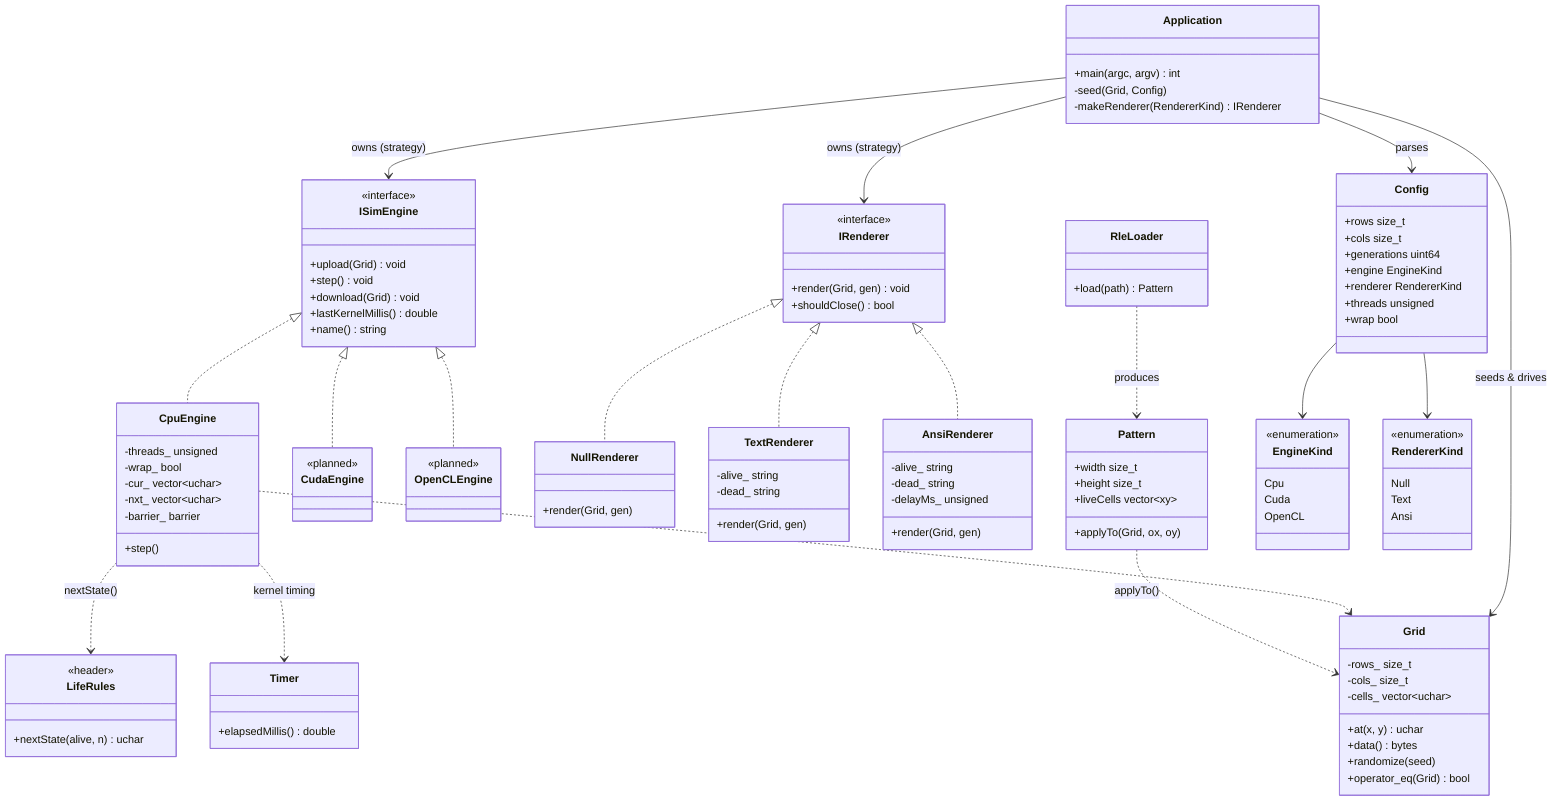
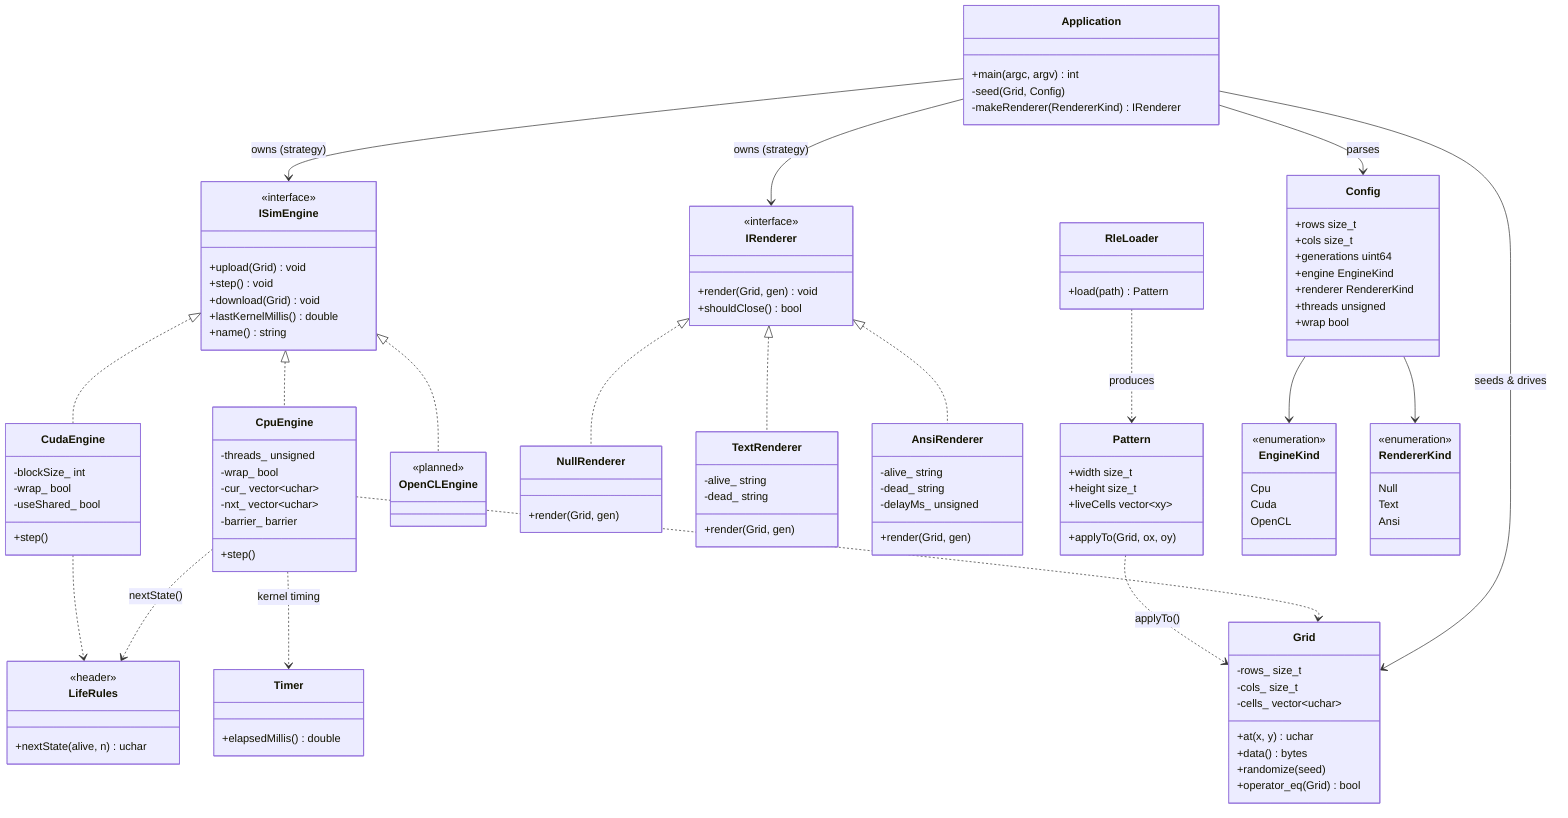
%% Game of Life (CPU / CUDA / OpenCL) -- architecture & strategy pattern.
%% Source of truth for the UML; render with mermaid-cli (mmdc).
%% NOTE: -c mermaid-config.json sets htmlLabels:false so the SVG uses native
%% <text> (not <foreignObject>); without it rsvg-convert produces a text-less PDF.
%%   mmdc -i report/diagrams/architecture.mmd -o report/img/uml_architecture.svg \
%%        -p report/diagrams/puppeteer.json -c report/diagrams/mermaid-config.json -b white -t neutral
%%   rsvg-convert -f pdf -o report/img/uml_architecture.pdf report/img/uml_architecture.svg
%%   mmdc -i report/diagrams/architecture.mmd -o report/img/uml_architecture.png \
%%        -p report/diagrams/puppeteer.json -c report/diagrams/mermaid-config.json -b white -t neutral -s 3
classDiagram
  direction TB

  class Application {
    +main(argc, argv) int
    -seed(Grid, Config)
    -makeRenderer(RendererKind) IRenderer
  }

  class ISimEngine {
    <<interface>>
    +upload(Grid) void
    +step() void
    +download(Grid) void
    +lastKernelMillis() double
    +name() string
  }
  class IRenderer {
    <<interface>>
    +render(Grid, gen) void
    +shouldClose() bool
  }

  class CpuEngine {
    -threads_ unsigned
    -wrap_ bool
    -cur_ vector~uchar~
    -nxt_ vector~uchar~
    -barrier_ barrier
    +step()
  }
  class CudaEngine {
-     <<planned>>
+     -blockSize_ int
+     -wrap_ bool
+     -useShared_ bool
+     +step()
  }
  class OpenCLEngine {
    <<planned>>
  }

  class NullRenderer {
    +render(Grid, gen)
  }
  class TextRenderer {
    -alive_ string
    -dead_ string
    +render(Grid, gen)
  }
  class AnsiRenderer {
    -alive_ string
    -dead_ string
    -delayMs_ unsigned
    +render(Grid, gen)
  }

  class Grid {
    -rows_ size_t
    -cols_ size_t
    -cells_ vector~uchar~
    +at(x, y) uchar
    +data() bytes
    +randomize(seed)
    +operator_eq(Grid) bool
  }
  class Config {
    +rows size_t
    +cols size_t
    +generations uint64
    +engine EngineKind
    +renderer RendererKind
    +threads unsigned
    +wrap bool
  }
  class Pattern {
    +width size_t
    +height size_t
    +liveCells vector~xy~
    +applyTo(Grid, ox, oy)
  }
  class RleLoader {
    +load(path) Pattern
  }
  class LifeRules {
    <<header>>
    +nextState(alive, n) uchar
  }
  class Timer {
    +elapsedMillis() double
  }
  class EngineKind {
    <<enumeration>>
    Cpu
    Cuda
    OpenCL
  }
  class RendererKind {
    <<enumeration>>
    Null
    Text
    Ansi
  }

  ISimEngine <|.. CpuEngine
  ISimEngine <|.. CudaEngine
  ISimEngine <|.. OpenCLEngine
  IRenderer <|.. NullRenderer
  IRenderer <|.. TextRenderer
  IRenderer <|.. AnsiRenderer

  Application --> ISimEngine : owns (strategy)
  Application --> IRenderer : owns (strategy)
  Application --> Grid : seeds & drives
  Application --> Config : parses

  CpuEngine ..> Grid
  CpuEngine ..> LifeRules : nextState()
  CpuEngine ..> Timer : kernel timing
+   CudaEngine ..> LifeRules
  RleLoader ..> Pattern : produces
  Pattern ..> Grid : applyTo()
  Config --> EngineKind
  Config --> RendererKind
